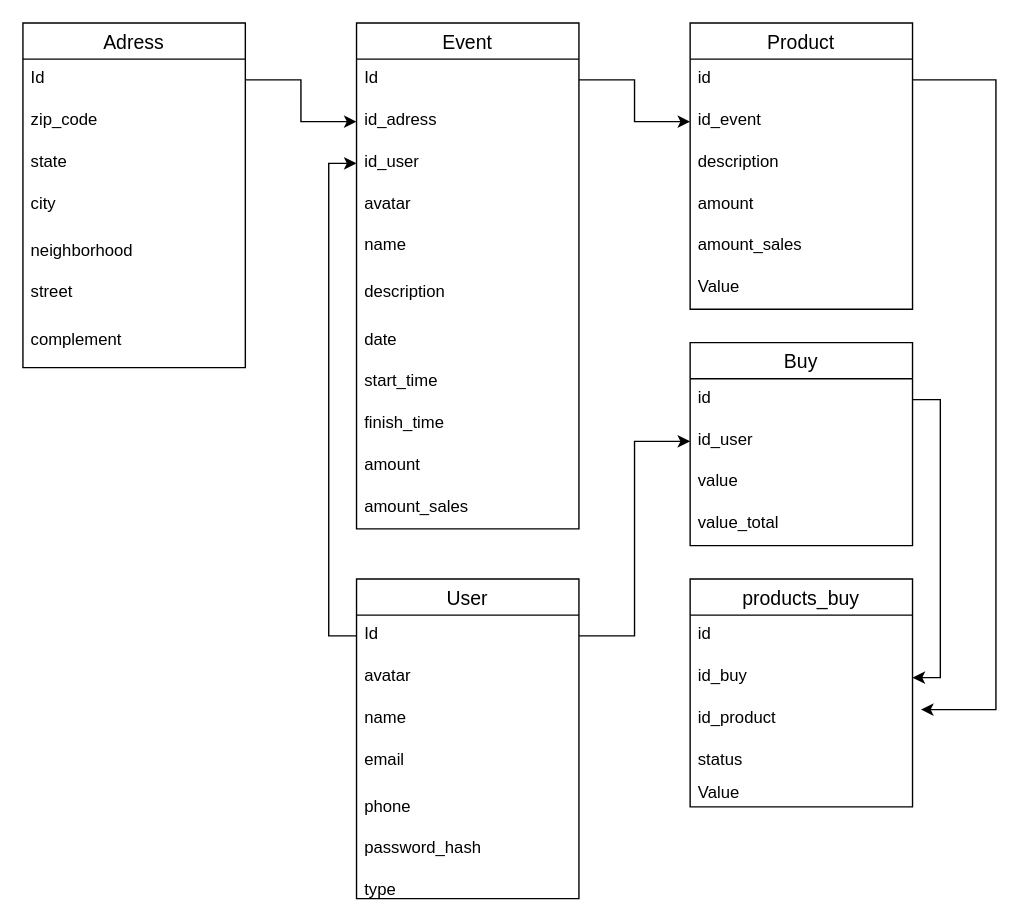
Before: page "Diagrama de Classes" (2 of 2) of Diagrama de Classes.drawio in thomassds/Eventicket, a draw.io diagram. Source tidied: cells renumbered, new cells numbered last; positions are measured from the earlier drawing's top-left corner, leaving out a move shared by most shapes. Both pictures are drawn from the tidied source at 139%, with x=0, y=0 at pixel (22, 22).
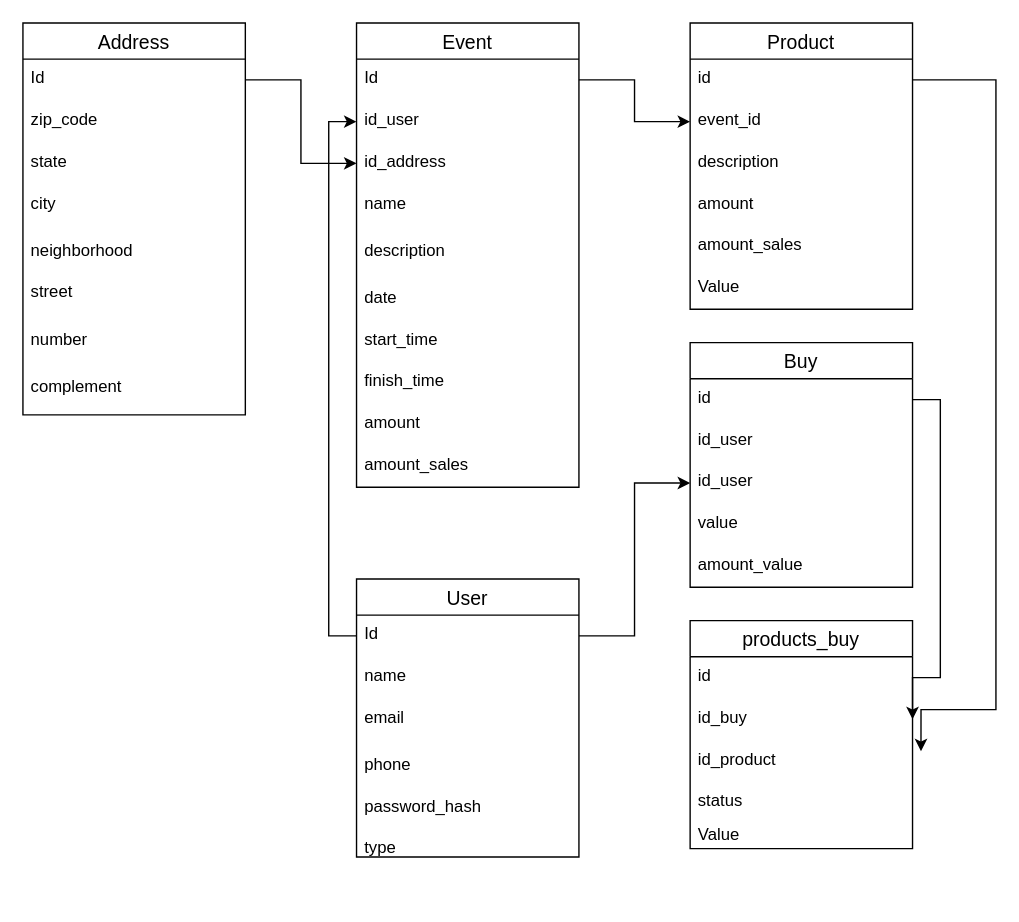
The same page after the edit.

The change refers to these unchanged cells:
```xml
<mxCell id="3" value="Id" style="text;strokeColor=none;fillColor=none;spacingLeft=4;spacingRight=4;overflow=hidden;points=[[0,0.5],[1,0.5]];portConstraint=eastwest;fontSize=12;" parent="2" vertex="1">
  <mxGeometry y="26" width="160" height="30" as="geometry" />
</mxCell>
<mxCell id="24" value="Product" style="swimlane;fontStyle=0;horizontal=1;startSize=26;align=center;fontSize=14;" parent="1" vertex="1">
  <mxGeometry x="480" width="160" height="206" as="geometry" />
</mxCell>
<mxCell id="25" value="id" style="text;strokeColor=none;fillColor=none;spacingLeft=4;spacingRight=4;overflow=hidden;points=[[0,0.5],[1,0.5]];portConstraint=eastwest;fontSize=12;" parent="24" vertex="1">
  <mxGeometry y="26" width="160" height="30" as="geometry" />
</mxCell>
<mxCell id="33" value="id" style="text;strokeColor=none;fillColor=none;spacingLeft=4;spacingRight=4;overflow=hidden;points=[[0,0.5],[1,0.5]];portConstraint=eastwest;fontSize=12;" parent="32" vertex="1">
  <mxGeometry y="26" width="160" height="30" as="geometry" />
</mxCell>
<mxCell id="48" value="id_buy" style="text;strokeColor=none;fillColor=none;spacingLeft=4;spacingRight=4;overflow=hidden;points=[[0,0.5],[1,0.5]];portConstraint=eastwest;fontSize=12;" parent="46" vertex="1">
  <mxGeometry y="56" width="160" height="30" as="geometry" />
</mxCell>
<mxCell id="49" value="id_product" style="text;strokeColor=none;fillColor=none;spacingLeft=4;spacingRight=4;overflow=hidden;points=[[0,0.5],[1,0.5]];portConstraint=eastwest;fontSize=12;" parent="46" vertex="1">
  <mxGeometry y="86" width="160" height="30" as="geometry" />
</mxCell>
```

Diff of the diagram source:
```diff
@@
-    <mxCell id="2" value="Adress" style="swimlane;fontStyle=0;horizontal=1;startSize=26;align=center;fontSize=14;" parent="1" vertex="1">
-      <mxGeometry width="160" height="248" as="geometry" />
+    <mxCell id="2" value="Address" style="swimlane;fontStyle=0;horizontal=1;startSize=26;align=center;fontSize=14;" parent="1" vertex="1">
+      <mxGeometry width="160" height="282" as="geometry" />
     </mxCell>
@@
+    <mxCell id="54" value="number" style="text;strokeColor=none;fillColor=none;spacingLeft=4;spacingRight=4;overflow=hidden;fontSize=12;" parent="2" vertex="1">
+      <mxGeometry y="214" width="160" height="34" as="geometry" />
+    </mxCell>
     <mxCell id="9" value="complement" style="text;strokeColor=none;fillColor=none;spacingLeft=4;spacingRight=4;overflow=hidden;fontSize=12;" parent="2" vertex="1">
-      <mxGeometry y="214" width="160" height="34" as="geometry" />
+      <mxGeometry y="248" width="160" height="34" as="geometry" />
     </mxCell>
     <mxCell id="10" value="Event" style="swimlane;fontStyle=0;horizontal=1;startSize=26;align=center;fontSize=14;" parent="1" vertex="1">
-      <mxGeometry x="240" width="160" height="364" as="geometry" />
+      <mxGeometry x="240" width="160" height="334" as="geometry" />
     </mxCell>
@@
-    <mxCell id="12" value="id_adress" style="text;strokeColor=none;fillColor=none;spacingLeft=4;spacingRight=4;overflow=hidden;points=[[0,0.5],[1,0.5]];portConstraint=eastwest;fontSize=12;" parent="10" vertex="1">
-      <mxGeometry y="56" width="160" height="30" as="geometry" />
-    </mxCell>
     <mxCell id="13" value="id_user" style="text;strokeColor=none;fillColor=none;spacingLeft=4;spacingRight=4;overflow=hidden;points=[[0,0.5],[1,0.5]];portConstraint=eastwest;fontSize=12;" parent="10" vertex="1">
-      <mxGeometry y="86" width="160" height="30" as="geometry" />
+      <mxGeometry y="56" width="160" height="30" as="geometry" />
     </mxCell>
-    <mxCell id="14" value="avatar&#10;" style="text;strokeColor=none;fillColor=none;spacingLeft=4;spacingRight=4;overflow=hidden;fontSize=12;" parent="10" vertex="1">
-      <mxGeometry y="116" width="160" height="30" as="geometry" />
-    </mxCell>
+    <mxCell id="55" value="id_address" style="text;strokeColor=none;fillColor=none;spacingLeft=4;spacingRight=4;overflow=hidden;points=[[0,0.5],[1,0.5]];portConstraint=eastwest;fontSize=12;" parent="10" vertex="1">
+      <mxGeometry y="86" width="160" height="30" as="geometry" />
+    </mxCell>
     <mxCell id="15" value="name" style="text;strokeColor=none;fillColor=none;spacingLeft=4;spacingRight=4;overflow=hidden;fontSize=12;" parent="10" vertex="1">
-      <mxGeometry y="146" width="160" height="34" as="geometry" />
+      <mxGeometry y="116" width="160" height="34" as="geometry" />
     </mxCell>
     <mxCell id="16" value="description" style="text;strokeColor=none;fillColor=none;spacingLeft=4;spacingRight=4;overflow=hidden;fontSize=12;" parent="10" vertex="1">
-      <mxGeometry y="180" width="160" height="34" as="geometry" />
+      <mxGeometry y="150" width="160" height="34" as="geometry" />
     </mxCell>
     <mxCell id="17" value="date" style="text;strokeColor=none;fillColor=none;spacingLeft=4;spacingRight=4;overflow=hidden;fontSize=12;" parent="10" vertex="1">
-      <mxGeometry y="214" width="160" height="30" as="geometry" />
+      <mxGeometry y="184" width="160" height="30" as="geometry" />
     </mxCell>
     <mxCell id="18" value="start_time" style="text;strokeColor=none;fillColor=none;spacingLeft=4;spacingRight=4;overflow=hidden;fontSize=12;" parent="10" vertex="1">
-      <mxGeometry y="244" width="160" height="30" as="geometry" />
+      <mxGeometry y="214" width="160" height="30" as="geometry" />
     </mxCell>
     <mxCell id="19" value="finish_time" style="text;strokeColor=none;fillColor=none;spacingLeft=4;spacingRight=4;overflow=hidden;fontSize=12;" parent="10" vertex="1">
-      <mxGeometry y="274" width="160" height="30" as="geometry" />
+      <mxGeometry y="244" width="160" height="30" as="geometry" />
     </mxCell>
     <mxCell id="20" value="amount" style="text;strokeColor=none;fillColor=none;spacingLeft=4;spacingRight=4;overflow=hidden;fontSize=12;" parent="10" vertex="1">
-      <mxGeometry y="304" width="160" height="30" as="geometry" />
+      <mxGeometry y="274" width="160" height="30" as="geometry" />
     </mxCell>
     <mxCell id="21" value="amount_sales" style="text;strokeColor=none;fillColor=none;spacingLeft=4;spacingRight=4;overflow=hidden;fontSize=12;" parent="10" vertex="1">
-      <mxGeometry y="334" width="160" height="30" as="geometry" />
+      <mxGeometry y="304" width="160" height="30" as="geometry" />
     </mxCell>
-    <mxCell id="22" style="edgeStyle=orthogonalEdgeStyle;rounded=0;jettySize=auto;html=1;entryX=0;entryY=0.5;entryDx=0;entryDy=0;" parent="1" edge="1" source="3" target="12">
-      <mxGeometry relative="1" as="geometry" />
-    </mxCell>
@@
-    <mxCell id="26" value="id_event" style="text;strokeColor=none;fillColor=none;spacingLeft=4;spacingRight=4;overflow=hidden;points=[[0,0.5],[1,0.5]];portConstraint=eastwest;fontSize=12;" parent="24" vertex="1">
+    <mxCell id="26" value="event_id" style="text;strokeColor=none;fillColor=none;spacingLeft=4;spacingRight=4;overflow=hidden;points=[[0,0.5],[1,0.5]];portConstraint=eastwest;fontSize=12;" parent="24" vertex="1">
       <mxGeometry y="56" width="160" height="30" as="geometry" />
     </mxCell>
@@
     <mxCell id="32" value="Buy" style="swimlane;fontStyle=0;horizontal=1;startSize=26;align=center;fontSize=14;" parent="1" vertex="1">
-      <mxGeometry x="480" y="230" width="160" height="146" as="geometry" />
+      <mxGeometry x="480" y="230" width="160" height="176" as="geometry" />
     </mxCell>
@@
+    <mxCell id="56" value="id_user" style="text;strokeColor=none;fillColor=none;spacingLeft=4;spacingRight=4;overflow=hidden;fontSize=12;" parent="32" vertex="1">
+      <mxGeometry y="56" width="160" height="30" as="geometry" />
+    </mxCell>
     <mxCell id="34" value="id_user" style="text;strokeColor=none;fillColor=none;spacingLeft=4;spacingRight=4;overflow=hidden;points=[[0,0.5],[1,0.5]];portConstraint=eastwest;fontSize=12;" parent="32" vertex="1">
-      <mxGeometry y="56" width="160" height="30" as="geometry" />
+      <mxGeometry y="86" width="160" height="30" as="geometry" />
     </mxCell>
     <mxCell id="35" value="value " style="text;strokeColor=none;fillColor=none;spacingLeft=4;spacingRight=4;overflow=hidden;fontSize=12;" parent="32" vertex="1">
-      <mxGeometry y="86" width="160" height="30" as="geometry" />
+      <mxGeometry y="116" width="160" height="30" as="geometry" />
     </mxCell>
-    <mxCell id="36" value="value_total" style="text;strokeColor=none;fillColor=none;spacingLeft=4;spacingRight=4;overflow=hidden;fontSize=12;" parent="32" vertex="1">
-      <mxGeometry y="116" width="160" height="30" as="geometry" />
+    <mxCell id="36" value="amount_value" style="text;strokeColor=none;fillColor=none;spacingLeft=4;spacingRight=4;overflow=hidden;fontSize=12;" parent="32" vertex="1">
+      <mxGeometry y="146" width="160" height="30" as="geometry" />
     </mxCell>
@@
     <mxCell id="38" value="User" style="swimlane;fontStyle=0;horizontal=1;startSize=26;align=center;fontSize=14;" parent="1" vertex="1">
-      <mxGeometry x="240" y="400" width="160" height="230" as="geometry" />
+      <mxGeometry x="240" y="400" width="160" height="200" as="geometry" />
     </mxCell>
@@
-    <mxCell id="40" value="avatar" style="text;strokeColor=none;fillColor=none;spacingLeft=4;spacingRight=4;overflow=hidden;fontSize=12;" parent="38" vertex="1">
-      <mxGeometry y="56" width="160" height="30" as="geometry" />
-    </mxCell>
     <mxCell id="41" value="name" style="text;strokeColor=none;fillColor=none;spacingLeft=4;spacingRight=4;overflow=hidden;fontSize=12;" parent="38" vertex="1">
-      <mxGeometry y="86" width="160" height="30" as="geometry" />
+      <mxGeometry y="56" width="160" height="30" as="geometry" />
     </mxCell>
     <mxCell id="42" value="email" style="text;strokeColor=none;fillColor=none;spacingLeft=4;spacingRight=4;overflow=hidden;fontSize=12;" parent="38" vertex="1">
-      <mxGeometry y="116" width="160" height="34" as="geometry" />
+      <mxGeometry y="86" width="160" height="34" as="geometry" />
     </mxCell>
     <mxCell id="43" value="phone" style="text;strokeColor=none;fillColor=none;spacingLeft=4;spacingRight=4;overflow=hidden;fontSize=12;" parent="38" vertex="1">
-      <mxGeometry y="150" width="160" height="30" as="geometry" />
+      <mxGeometry y="120" width="160" height="30" as="geometry" />
     </mxCell>
     <mxCell id="44" value="password_hash" style="text;strokeColor=none;fillColor=none;spacingLeft=4;spacingRight=4;overflow=hidden;fontSize=12;" parent="38" vertex="1">
-      <mxGeometry y="180" width="160" height="30" as="geometry" />
+      <mxGeometry y="150" width="160" height="30" as="geometry" />
     </mxCell>
     <mxCell id="45" value="type" style="text;strokeColor=none;fillColor=none;spacingLeft=4;spacingRight=4;overflow=hidden;fontSize=12;" parent="38" vertex="1">
-      <mxGeometry y="210" width="160" height="20" as="geometry" />
+      <mxGeometry y="180" width="160" height="20" as="geometry" />
     </mxCell>
+    <mxCell id="52" style="edgeStyle=orthogonalEdgeStyle;rounded=0;jettySize=auto;html=1;entryX=1;entryY=0.5;entryDx=0;entryDy=0;" parent="1" edge="1" source="33" target="48">
+      <mxGeometry relative="1" as="geometry">
+        <Array as="points">
+          <mxPoint x="660" y="271" />
+          <mxPoint x="660" y="471" />
+        </Array>
+      </mxGeometry>
+    </mxCell>
+    <mxCell id="53" style="edgeStyle=orthogonalEdgeStyle;rounded=0;jettySize=auto;html=1;entryX=1.038;entryY=0.267;entryDx=0;entryDy=0;entryPerimeter=0;" parent="1" edge="1" source="25" target="49">
+      <mxGeometry relative="1" as="geometry">
+        <Array as="points">
+          <mxPoint x="700" y="41" />
+          <mxPoint x="700" y="494" />
+        </Array>
+      </mxGeometry>
+    </mxCell>
+    <mxCell id="57" style="edgeStyle=orthogonalEdgeStyle;rounded=0;jettySize=auto;html=1;entryX=0;entryY=0.5;entryDx=0;entryDy=0;" parent="1" edge="1" source="3" target="55">
+      <mxGeometry relative="1" as="geometry" />
+    </mxCell>
     <mxCell id="46" value="products_buy" style="swimlane;fontStyle=0;horizontal=1;startSize=26;align=center;fontSize=14;" parent="1" vertex="1">
-      <mxGeometry x="480" y="400" width="160" height="164" as="geometry" />
+      <mxGeometry x="480" y="430" width="160" height="164" as="geometry" />
     </mxCell>
@@
-    <mxCell id="52" style="edgeStyle=orthogonalEdgeStyle;rounded=0;jettySize=auto;html=1;entryX=1;entryY=0.5;entryDx=0;entryDy=0;" parent="1" edge="1" source="33" target="48">
-      <mxGeometry relative="1" as="geometry">
-        <Array as="points">
-          <mxPoint x="660" y="271" />
-          <mxPoint x="660" y="471" />
-        </Array>
-      </mxGeometry>
-    </mxCell>
-    <mxCell id="53" style="edgeStyle=orthogonalEdgeStyle;rounded=0;jettySize=auto;html=1;entryX=1.038;entryY=0.267;entryDx=0;entryDy=0;entryPerimeter=0;" parent="1" edge="1" source="25" target="49">
-      <mxGeometry relative="1" as="geometry">
-        <Array as="points">
-          <mxPoint x="700" y="41" />
-          <mxPoint x="700" y="494" />
-        </Array>
-      </mxGeometry>
-    </mxCell>
```
